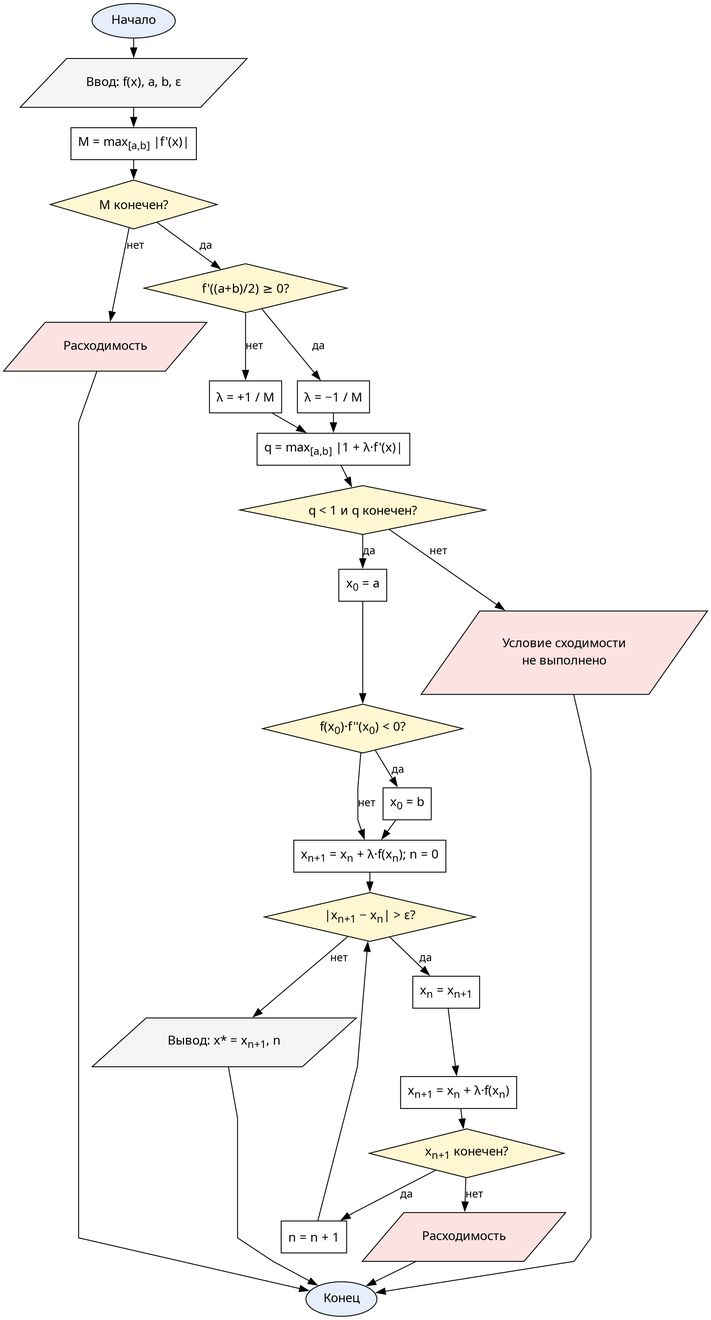
Earlier version of the Graphviz export doc/resources/flowcharts/iter.png (Oriptal/calc-math-lab2). Its source is kept beside it as doc/resources/flowcharts/iter.dot. The source it was exported from:
```dot
digraph IterEq {
  graph [fontname="CMU Serif", rankdir=TB, nodesep=0.25, ranksep=0.3, splines=polyline]
  node  [fontname="CMU Serif", fontsize=14, style="filled", fillcolor="#ffffff", color="#000000"]
  edge  [fontname="CMU Serif", fontsize=12, color="#000000"]

  start  [label="Начало", shape=oval, fillcolor="#e6eefc"]
  input  [label="Ввод: f(x), a, b, ε", shape=parallelogram, fillcolor="#f5f5f5"]

  maxDf  [label=<M = max<SUB>[a,b]</SUB> |f'(x)|>, shape=box]
  chkM   [label=<M конечен?>, shape=diamond, fillcolor="#fff7d1"]
  errM   [label="Расходимость", shape=parallelogram, fillcolor="#fde2e2"]

  sign   [label=<f'((a+b)/2) ≥ 0?>, shape=diamond, fillcolor="#fff7d1"]
  lamNeg [label=<λ = −1 / M>, shape=box]
  lamPos [label=<λ = +1 / M>, shape=box]

  qCalc  [label=<q = max<SUB>[a,b]</SUB> |1 + λ·f'(x)|>, shape=box]
  chkQ   [label=<q &lt; 1 и q конечен?>, shape=diamond, fillcolor="#fff7d1"]
  errQ   [label="Условие сходимости\nне выполнено", shape=parallelogram, fillcolor="#fde2e2"]

  x0     [label=<x<SUB>0</SUB> = a>, shape=box]
  chkF2  [label=<f(x<SUB>0</SUB>)·f''(x<SUB>0</SUB>) &lt; 0?>, shape=diamond, fillcolor="#fff7d1"]
  x0b    [label=<x<SUB>0</SUB> = b>, shape=box]

  firstStep [label=<x<SUB>n+1</SUB> = x<SUB>n</SUB> + λ·f(x<SUB>n</SUB>); n = 0>, shape=box]
  loopCond  [label=<|x<SUB>n+1</SUB> − x<SUB>n</SUB>| &gt; ε?>, shape=diamond, fillcolor="#fff7d1"]
  update    [label=<x<SUB>n</SUB> = x<SUB>n+1</SUB>>, shape=box]
  step      [label=<x<SUB>n+1</SUB> = x<SUB>n</SUB> + λ·f(x<SUB>n</SUB>)>, shape=box]
  chkFinite [label=<x<SUB>n+1</SUB> конечен?>, shape=diamond, fillcolor="#fff7d1"]
  errDiv    [label="Расходимость", shape=parallelogram, fillcolor="#fde2e2"]
  incr      [label=<n = n + 1>, shape=box]

  output [label=<Вывод: x* = x<SUB>n+1</SUB>, n>, shape=parallelogram, fillcolor="#f5f5f5"]
  stop   [label="Конец", shape=oval, fillcolor="#e6eefc"]

  start -> input -> maxDf -> chkM
  chkM -> errM [label="нет"]
  errM -> stop
  chkM -> sign [label="да"]
  sign -> lamNeg [label="да"]
  sign -> lamPos [label="нет"]
  lamNeg -> qCalc
  lamPos -> qCalc
  qCalc -> chkQ
  chkQ -> errQ [label="нет"]
  errQ -> stop
  chkQ -> x0 [label="да"]
  x0 -> chkF2
  chkF2 -> x0b [label="да"]
  chkF2 -> firstStep [label="нет"]
  x0b -> firstStep
  firstStep -> loopCond
  loopCond -> output [label="нет"]
  loopCond -> update [label="да"]
  update -> step
  step -> chkFinite
  chkFinite -> errDiv [label="нет"]
  errDiv -> stop
  chkFinite -> incr [label="да"]
  incr -> loopCond
  output -> stop
}
```
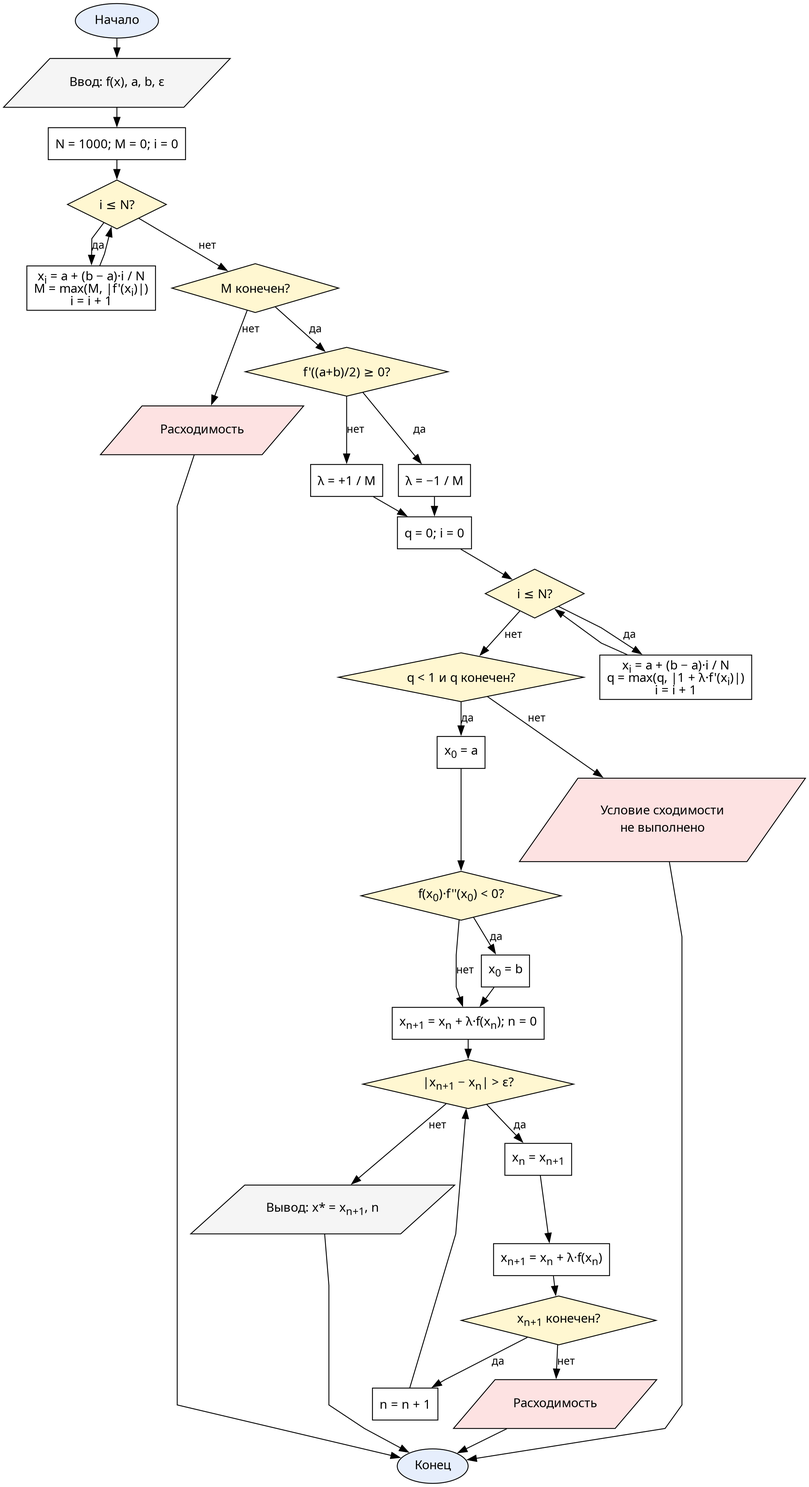
The same file after the commit.

Diff of the diagram source:
```diff
@@ -6,7 +6,9 @@
   start  [label="Начало", shape=oval, fillcolor="#e6eefc"]
   input  [label="Ввод: f(x), a, b, ε", shape=parallelogram, fillcolor="#f5f5f5"]
 
-  maxDf  [label=<M = max<SUB>[a,b]</SUB> |f'(x)|>, shape=box]
+  initM  [label=<N = 1000; M = 0; i = 0>, shape=box]
+  loopM  [label=<i ≤ N?>, shape=diamond, fillcolor="#fff7d1"]
+  bodyM  [label=<x<SUB>i</SUB> = a + (b − a)·i / N<BR/>M = max(M, |f'(x<SUB>i</SUB>)|)<BR/>i = i + 1>, shape=box]
   chkM   [label=<M конечен?>, shape=diamond, fillcolor="#fff7d1"]
   errM   [label="Расходимость", shape=parallelogram, fillcolor="#fde2e2"]
 
@@ -14,7 +16,9 @@
   lamNeg [label=<λ = −1 / M>, shape=box]
   lamPos [label=<λ = +1 / M>, shape=box]
 
-  qCalc  [label=<q = max<SUB>[a,b]</SUB> |1 + λ·f'(x)|>, shape=box]
+  initQ  [label=<q = 0; i = 0>, shape=box]
+  loopQ  [label=<i ≤ N?>, shape=diamond, fillcolor="#fff7d1"]
+  bodyQ  [label=<x<SUB>i</SUB> = a + (b − a)·i / N<BR/>q = max(q, |1 + λ·f'(x<SUB>i</SUB>)|)<BR/>i = i + 1>, shape=box]
   chkQ   [label=<q &lt; 1 и q конечен?>, shape=diamond, fillcolor="#fff7d1"]
   errQ   [label="Условие сходимости\nне выполнено", shape=parallelogram, fillcolor="#fde2e2"]
 
@@ -33,15 +37,21 @@
   output [label=<Вывод: x* = x<SUB>n+1</SUB>, n>, shape=parallelogram, fillcolor="#f5f5f5"]
   stop   [label="Конец", shape=oval, fillcolor="#e6eefc"]
 
-  start -> input -> maxDf -> chkM
+  start -> input -> initM -> loopM
+  loopM -> bodyM [label="да"]
+  bodyM -> loopM
+  loopM -> chkM [label="нет"]
   chkM -> errM [label="нет"]
   errM -> stop
   chkM -> sign [label="да"]
   sign -> lamNeg [label="да"]
   sign -> lamPos [label="нет"]
-  lamNeg -> qCalc
-  lamPos -> qCalc
-  qCalc -> chkQ
+  lamNeg -> initQ
+  lamPos -> initQ
+  initQ -> loopQ
+  loopQ -> bodyQ [label="да"]
+  bodyQ -> loopQ
+  loopQ -> chkQ [label="нет"]
   chkQ -> errQ [label="нет"]
   errQ -> stop
   chkQ -> x0 [label="да"]
```
